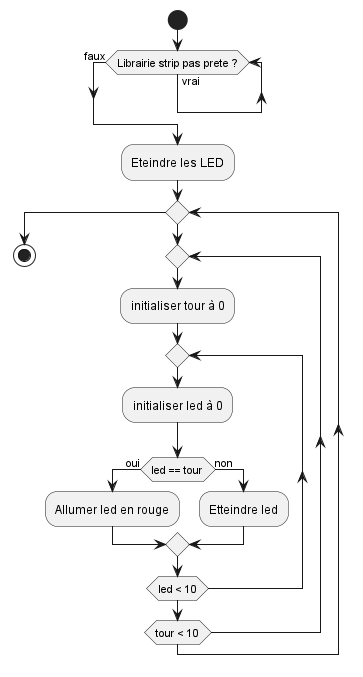
This is Scripts/02-LEDscrollCustom/LEDScroll-RED-activityDiag.png from gabriel-alex/GM9-ElectronicPractical, a PlantUML export, as it was before one commit.
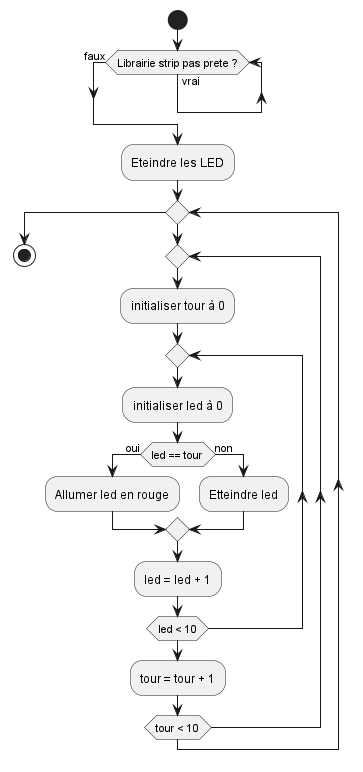
The same diagram one commit later.

Diff of the diagram source:
```diff
@@ -13,7 +13,9 @@
 else (non)
 :Etteindre led;
 endif
+:led = led + 1;
 repeat while(led < 10)
+:tour = tour + 1;
 repeat while(tour < 10)
 endwhile
 
```
